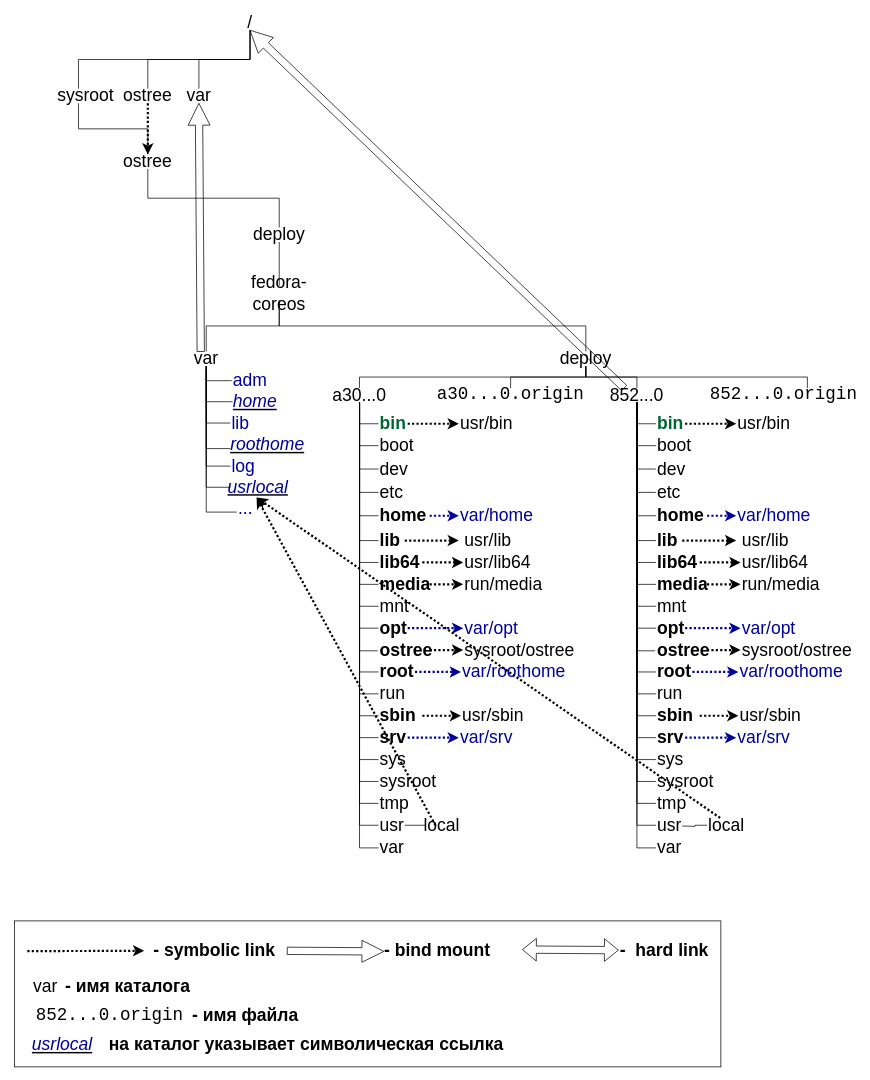
This is Fedora-CoreOs/ostree/Images/stateroot.drawio from kafnevod/ALT-CoreOs, a draw.io file, before an edit. Source tidied: cells renumbered, new cells numbered last; positions are measured from the earlier drawing's top-left corner, leaving out a move shared by most shapes. Both pictures are drawn from the tidied source at 73%, with x=0, y=0 at pixel (14, 15).
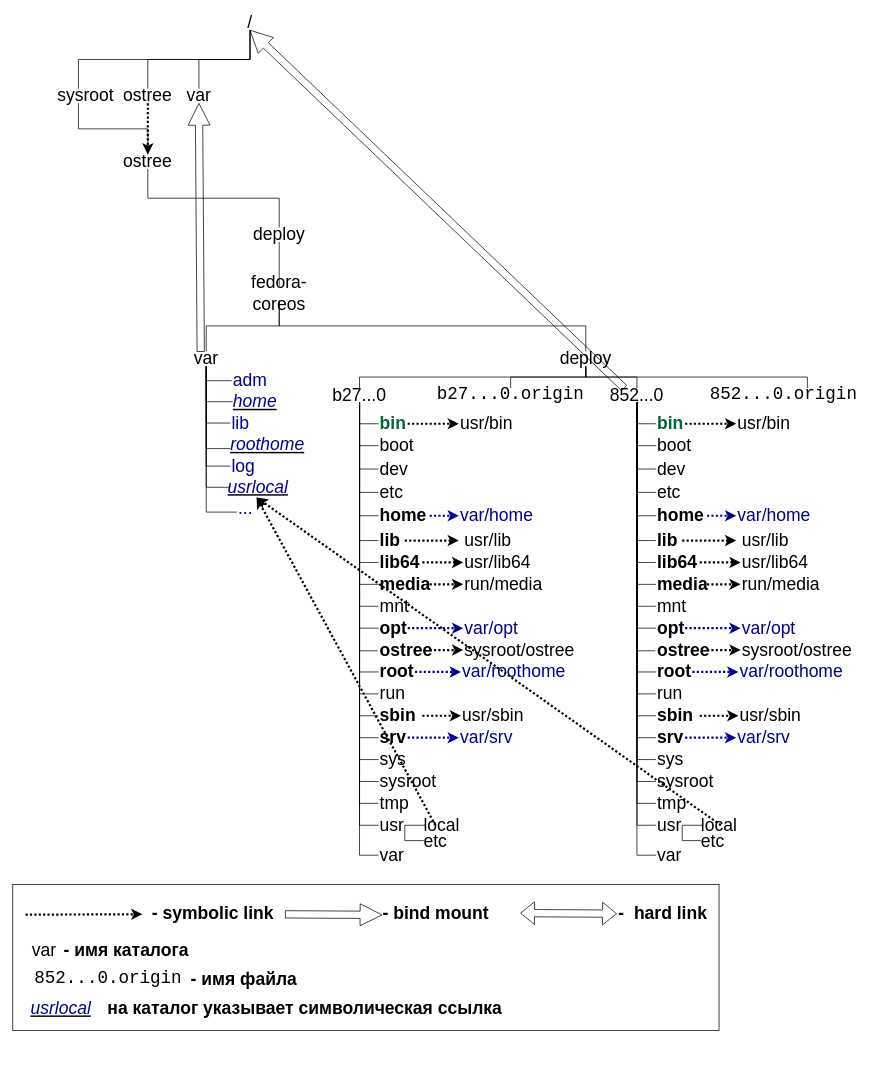
Above is the later version.

Unchanged cells that the change refers to:
```xml
<mxCell id="21" value="&lt;span style=&quot;font-size: 24px&quot;&gt;&lt;font color=&quot;#000099&quot;&gt;...&lt;/font&gt;&lt;/span&gt;" style="text;html=1;strokeColor=none;fillColor=none;align=left;verticalAlign=middle;whiteSpace=wrap;rounded=0;" parent="1" vertex="1">
  <mxGeometry x="305" y="660" width="36" height="30" as="geometry" />
</mxCell>
<mxCell id="51" value="&lt;span style=&quot;font-size: 24px&quot;&gt;usr&lt;/span&gt;" style="text;html=1;strokeColor=none;fillColor=none;align=left;verticalAlign=middle;whiteSpace=wrap;rounded=0;" parent="1" vertex="1">
  <mxGeometry x="499" y="1099" width="36" height="20" as="geometry" />
</mxCell>
```

The edit, as a diff of the source:
```diff
@@
-    <mxCell id="29" value="&lt;font style=&quot;font-size: 24px&quot;&gt;a30...0&lt;/font&gt;" style="text;html=1;strokeColor=none;fillColor=none;align=center;verticalAlign=middle;whiteSpace=wrap;rounded=0;" parent="1" vertex="1">
+    <mxCell id="29" value="&lt;font style=&quot;font-size: 24px&quot;&gt;b27...0&lt;/font&gt;" style="text;html=1;strokeColor=none;fillColor=none;align=center;verticalAlign=middle;whiteSpace=wrap;rounded=0;" parent="1" vertex="1">
       <mxGeometry x="438" y="510" width="70" height="20" as="geometry" />
     </mxCell>
-    <mxCell id="30" value="&lt;font style=&quot;font-size: 24px&quot; face=&quot;Courier New&quot;&gt;a30...0.origin&lt;/font&gt;" style="text;html=1;strokeColor=none;fillColor=none;align=center;verticalAlign=middle;whiteSpace=wrap;rounded=0;" parent="1" vertex="1">
+    <mxCell id="30" value="&lt;font style=&quot;font-size: 24px&quot; face=&quot;Courier New&quot;&gt;b27...0.origin&lt;/font&gt;" style="text;html=1;strokeColor=none;fillColor=none;align=center;verticalAlign=middle;whiteSpace=wrap;rounded=0;" parent="1" vertex="1">
       <mxGeometry x="615" y="510" width="130" height="20" as="geometry" />
     </mxCell>
@@
     <mxCell id="52" value="&lt;span style=&quot;font-size: 24px&quot;&gt;var&lt;/span&gt;" style="text;html=1;strokeColor=none;fillColor=none;align=left;verticalAlign=middle;whiteSpace=wrap;rounded=0;" parent="1" vertex="1">
-      <mxGeometry x="499" y="1130" width="36" height="20" as="geometry" />
+      <mxGeometry x="499" y="1140" width="36" height="20" as="geometry" />
     </mxCell>
@@
     <mxCell id="115" value="&lt;span style=&quot;font-size: 24px&quot;&gt;var&lt;/span&gt;" style="text;html=1;strokeColor=none;fillColor=none;align=left;verticalAlign=middle;whiteSpace=wrap;rounded=0;" parent="1" vertex="1">
-      <mxGeometry x="879" y="1130" width="36" height="20" as="geometry" />
+      <mxGeometry x="879" y="1140" width="36" height="20" as="geometry" />
     </mxCell>
@@
     <mxCell id="165" style="endArrow=classic;html=1;shadow=0;dashed=1;dashPattern=1 1;strokeWidth=3;" parent="1" edge="1">
       <mxGeometry relative="1" as="geometry">
-        <mxPoint x="18" y="1281.4" as="sourcePoint" />
-        <mxPoint x="178" y="1281" as="targetPoint" />
+        <mxPoint x="15.5" y="1231.4" as="sourcePoint" />
+        <mxPoint x="175.5" y="1231" as="targetPoint" />
       </mxGeometry>
     </mxCell>
     <mxCell id="166" style="shape=flexArrow;endArrow=classic;startArrow=classic;html=1;shadow=0;strokeColor=#000000;strokeWidth=1;entryX=0.003;entryY=0.448;entryDx=0;entryDy=0;entryPerimeter=0;exitX=1.005;exitY=0.446;exitDx=0;exitDy=0;exitPerimeter=0;" parent="1" edge="1">
       <mxGeometry relative="1" as="geometry">
-        <mxPoint x="695.7" y="1279.3" as="sourcePoint" />
-        <mxPoint x="828" y="1280.1" as="targetPoint" />
+        <mxPoint x="693.2" y="1229.3" as="sourcePoint" />
+        <mxPoint x="825.5" y="1230.1" as="targetPoint" />
       </mxGeometry>
     </mxCell>
     <mxCell id="167" value="&lt;span style=&quot;font-size: 24px&quot;&gt;&lt;b&gt;- symbolic link&lt;/b&gt;&lt;/span&gt;" style="text;html=1;strokeColor=none;fillColor=none;align=left;verticalAlign=middle;whiteSpace=wrap;rounded=0;" parent="1" vertex="1">
-      <mxGeometry x="189" y="1270" width="169" height="20" as="geometry" />
+      <mxGeometry x="186.5" y="1220" width="169" height="20" as="geometry" />
     </mxCell>
     <mxCell id="168" value="&lt;font style=&quot;font-size: 24px&quot;&gt;&lt;b&gt;-&amp;nbsp; hard link&lt;/b&gt;&lt;/font&gt;" style="text;html=1;strokeColor=none;fillColor=none;align=left;verticalAlign=middle;whiteSpace=wrap;rounded=0;" parent="1" vertex="1">
-      <mxGeometry x="828" y="1270" width="140" height="20" as="geometry" />
+      <mxGeometry x="825.5" y="1220" width="140" height="20" as="geometry" />
     </mxCell>
     <mxCell id="169" value="&lt;font style=&quot;font-size: 24px&quot;&gt;var&lt;/font&gt;" style="text;html=1;strokeColor=none;fillColor=none;align=center;verticalAlign=middle;whiteSpace=wrap;rounded=0;" parent="1" vertex="1">
-      <mxGeometry x="28" y="1320" width="30" height="20" as="geometry" />
+      <mxGeometry x="25.5" y="1270" width="30" height="20" as="geometry" />
     </mxCell>
     <mxCell id="170" value="&lt;font style=&quot;font-size: 24px&quot;&gt;&lt;b&gt;- имя каталога&lt;/b&gt;&lt;/font&gt;" style="text;html=1;strokeColor=none;fillColor=none;align=left;verticalAlign=middle;whiteSpace=wrap;rounded=0;" parent="1" vertex="1">
-      <mxGeometry x="68" y="1320" width="210" height="20" as="geometry" />
+      <mxGeometry x="65.5" y="1270" width="210" height="20" as="geometry" />
     </mxCell>
     <mxCell id="171" value="&lt;span style=&quot;font-family: &amp;#34;courier new&amp;#34; ; font-size: 24px ; text-align: center&quot;&gt;852...0.origin&lt;/span&gt;" style="text;html=1;strokeColor=none;fillColor=none;align=left;verticalAlign=middle;whiteSpace=wrap;rounded=0;" parent="1" vertex="1">
-      <mxGeometry x="28" y="1360" width="230" height="20" as="geometry" />
+      <mxGeometry x="25.5" y="1310" width="230" height="20" as="geometry" />
     </mxCell>
     <mxCell id="172" value="&lt;font style=&quot;font-size: 24px&quot;&gt;&lt;b&gt;- имя файла&lt;/b&gt;&lt;/font&gt;" style="text;html=1;strokeColor=none;fillColor=none;align=left;verticalAlign=middle;whiteSpace=wrap;rounded=0;" parent="1" vertex="1">
-      <mxGeometry x="242" y="1360" width="210" height="20" as="geometry" />
+      <mxGeometry x="239.5" y="1310" width="210" height="20" as="geometry" />
     </mxCell>
     <mxCell id="173" value="&lt;span style=&quot;font-size: 24px&quot;&gt;&lt;u&gt;&lt;i&gt;&lt;font color=&quot;#000099&quot;&gt;usrlocal&lt;/font&gt;&lt;/i&gt;&lt;/u&gt;&lt;/span&gt;" style="text;html=1;strokeColor=none;fillColor=none;align=center;verticalAlign=middle;whiteSpace=wrap;rounded=0;" parent="1" vertex="1">
-      <mxGeometry x="28" y="1400" width="76" height="20" as="geometry" />
+      <mxGeometry x="25.5" y="1350" width="76" height="20" as="geometry" />
     </mxCell>
     <mxCell id="174" value="&lt;span style=&quot;font-size: 24px&quot;&gt;&lt;b&gt;на каталог указывает символическая ссылка&lt;/b&gt;&lt;/span&gt;" style="text;html=1;strokeColor=none;fillColor=none;align=left;verticalAlign=middle;whiteSpace=wrap;rounded=0;" parent="1" vertex="1">
-      <mxGeometry x="128" y="1400" width="630" height="20" as="geometry" />
+      <mxGeometry x="125.5" y="1350" width="630" height="20" as="geometry" />
     </mxCell>
     <mxCell id="175" style="rounded=0;whiteSpace=wrap;html=1;strokeWidth=1;fillColor=none;" parent="1" vertex="1">
-      <mxGeometry x="0.5" y="1240" width="967.5" height="200" as="geometry" />
+      <mxGeometry x="-2" y="1190" width="967.5" height="200" as="geometry" />
     </mxCell>
     <mxCell id="176" style="shape=arrow;endArrow=classic;startArrow=classic;html=1;shadow=0;strokeColor=#000000;strokeWidth=1;entryX=0.003;entryY=0.448;entryDx=0;entryDy=0;entryPerimeter=0;exitX=1.005;exitY=0.446;exitDx=0;exitDy=0;exitPerimeter=0;" parent="1" edge="1">
       <mxGeometry relative="1" as="geometry">
-        <mxPoint x="374" y="1281" as="sourcePoint" />
-        <mxPoint x="506.3" y="1281.8" as="targetPoint" />
+        <mxPoint x="371.5" y="1231" as="sourcePoint" />
+        <mxPoint x="503.8" y="1231.8" as="targetPoint" />
       </mxGeometry>
     </mxCell>
     <mxCell id="177" value="&lt;font style=&quot;font-size: 24px&quot;&gt;&lt;b&gt;- bind mount&lt;/b&gt;&lt;/font&gt;" style="text;html=1;strokeColor=none;fillColor=none;align=left;verticalAlign=middle;whiteSpace=wrap;rounded=0;" parent="1" vertex="1">
-      <mxGeometry x="505" y="1270" width="159" height="20" as="geometry" />
+      <mxGeometry x="502.5" y="1220" width="159" height="20" as="geometry" />
     </mxCell>
@@
-    <mxCell id="179" value="&lt;span style=&quot;font-size: 24px&quot;&gt;local&lt;/span&gt;" style="text;html=1;strokeColor=none;fillColor=none;align=left;verticalAlign=middle;whiteSpace=wrap;rounded=0;" parent="1" vertex="1">
-      <mxGeometry x="949" y="1099" width="36" height="20" as="geometry" />
-    </mxCell>
-    <mxCell id="180" style="endArrow=none;html=1;entryX=0;entryY=0.5;entryDx=0;entryDy=0;exitX=1;exitY=0.75;exitDx=0;exitDy=0;edgeStyle=orthogonalEdgeStyle;rounded=0;" parent="1" edge="1" target="179">
-      <mxGeometry relative="1" as="geometry">
-        <mxPoint x="915" y="1110" as="sourcePoint" />
-      </mxGeometry>
-    </mxCell>
@@
-    <mxCell id="183" style="endArrow=classic;html=1;shadow=0;dashed=1;dashPattern=1 1;strokeWidth=3;entryX=0.75;entryY=0;entryDx=0;entryDy=0;exitX=0.5;exitY=0;exitDx=0;exitDy=0;" parent="1" edge="1" source="179" target="21">
+    <mxCell id="183" style="endArrow=classic;html=1;shadow=0;dashed=1;dashPattern=1 1;strokeWidth=3;entryX=0.75;entryY=0;entryDx=0;entryDy=0;exitX=0.806;exitY=0;exitDx=0;exitDy=0;exitPerimeter=0;" parent="1" edge="1" source="179" target="21">
       <mxGeometry relative="1" as="geometry" />
     </mxCell>
+    <mxCell id="184" value="&lt;span style=&quot;font-size: 24px&quot;&gt;etc&lt;/span&gt;" style="text;html=1;strokeColor=none;fillColor=none;align=left;verticalAlign=middle;whiteSpace=wrap;rounded=0;" parent="1" vertex="1">
+      <mxGeometry x="559" y="1130" width="36" as="geometry" />
+    </mxCell>
+    <mxCell id="185" style="endArrow=none;html=1;exitX=1;exitY=0.5;exitDx=0;exitDy=0;entryX=0.056;entryY=0;entryDx=0;entryDy=0;entryPerimeter=0;edgeStyle=orthogonalEdgeStyle;rounded=0;" parent="1" edge="1" source="51" target="184">
+      <mxGeometry relative="1" as="geometry">
+        <Array as="points">
+          <mxPoint x="535" y="1130" />
+        </Array>
+      </mxGeometry>
+    </mxCell>
+    <mxCell id="179" value="&lt;span style=&quot;font-size: 24px&quot;&gt;local&lt;/span&gt;" style="text;html=1;strokeColor=none;fillColor=none;align=left;verticalAlign=middle;whiteSpace=wrap;rounded=0;" parent="1" vertex="1">
+      <mxGeometry x="939" y="1109" width="36" as="geometry" />
+    </mxCell>
+    <mxCell id="186" value="&lt;span style=&quot;font-size: 24px&quot;&gt;etc&lt;/span&gt;" style="text;html=1;strokeColor=none;fillColor=none;align=left;verticalAlign=middle;whiteSpace=wrap;rounded=0;" parent="1" vertex="1">
+      <mxGeometry x="939" y="1130" width="36" as="geometry" />
+    </mxCell>
+    <mxCell id="187" style="endArrow=none;html=1;exitX=1;exitY=0.5;exitDx=0;exitDy=0;entryX=0.056;entryY=0;entryDx=0;entryDy=0;entryPerimeter=0;edgeStyle=orthogonalEdgeStyle;rounded=0;" parent="1" edge="1" target="186">
+      <mxGeometry relative="1" as="geometry">
+        <mxPoint x="915" y="1109" as="sourcePoint" />
+        <Array as="points">
+          <mxPoint x="915" y="1130" />
+        </Array>
+      </mxGeometry>
+    </mxCell>
+    <mxCell id="188" style="endArrow=none;html=1;exitX=1;exitY=0.5;exitDx=0;exitDy=0;" parent="1" edge="1">
+      <mxGeometry relative="1" as="geometry">
+        <mxPoint x="915" y="1109" as="sourcePoint" />
+        <mxPoint x="943" y="1109" as="targetPoint" />
+      </mxGeometry>
+    </mxCell>
```
